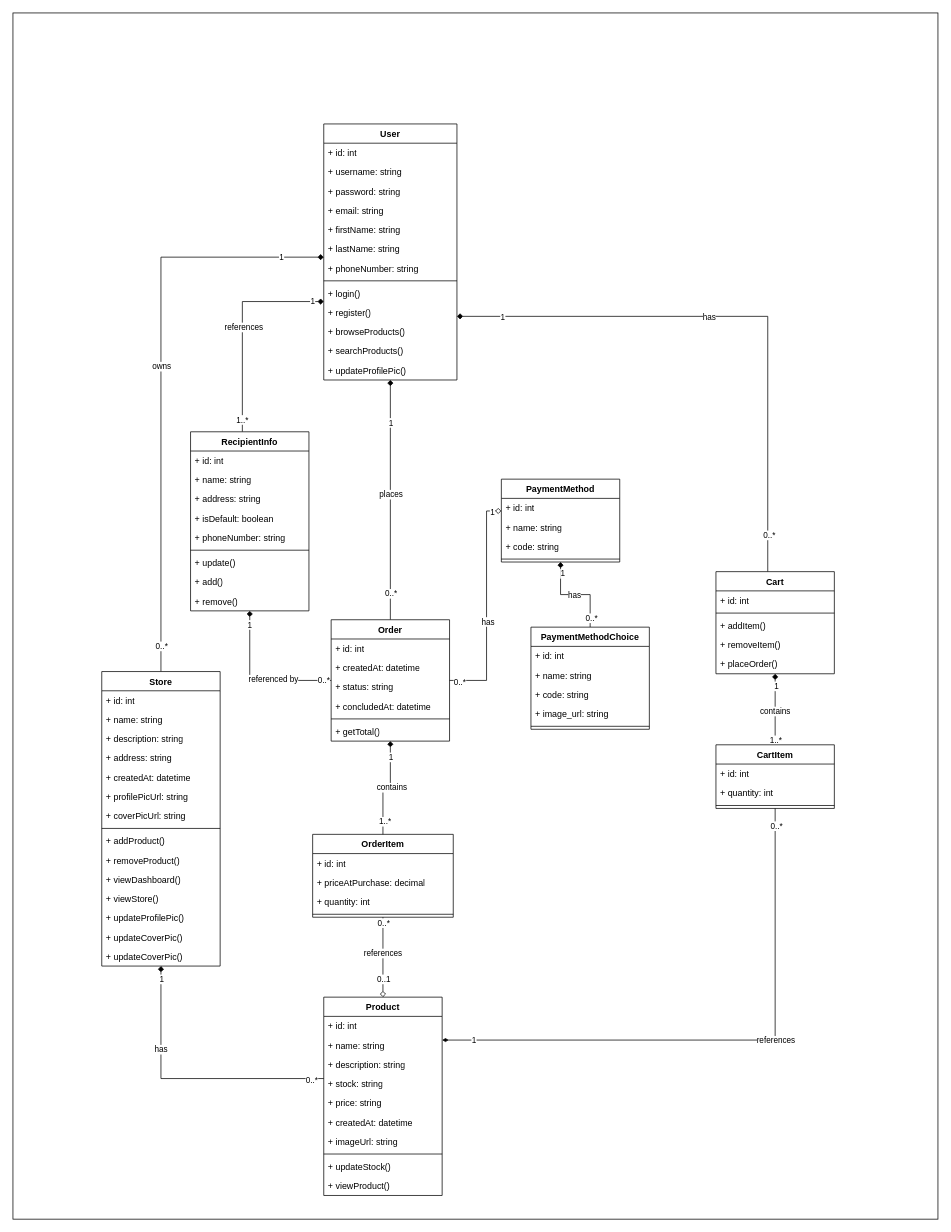
This is page "Class Diagram (General INC)" (2 of 4) of E-Commerce API Use-case diagram.drawio from RHILIUS/drawio, a draw.io file, before an edit. Source tidied: cells renumbered, new cells numbered last; positions are measured from the earlier drawing's top-left corner, leaving out a move shared by most shapes. Both pictures are drawn from the tidied source at 74%, with x=0, y=0 at pixel (13, 13).
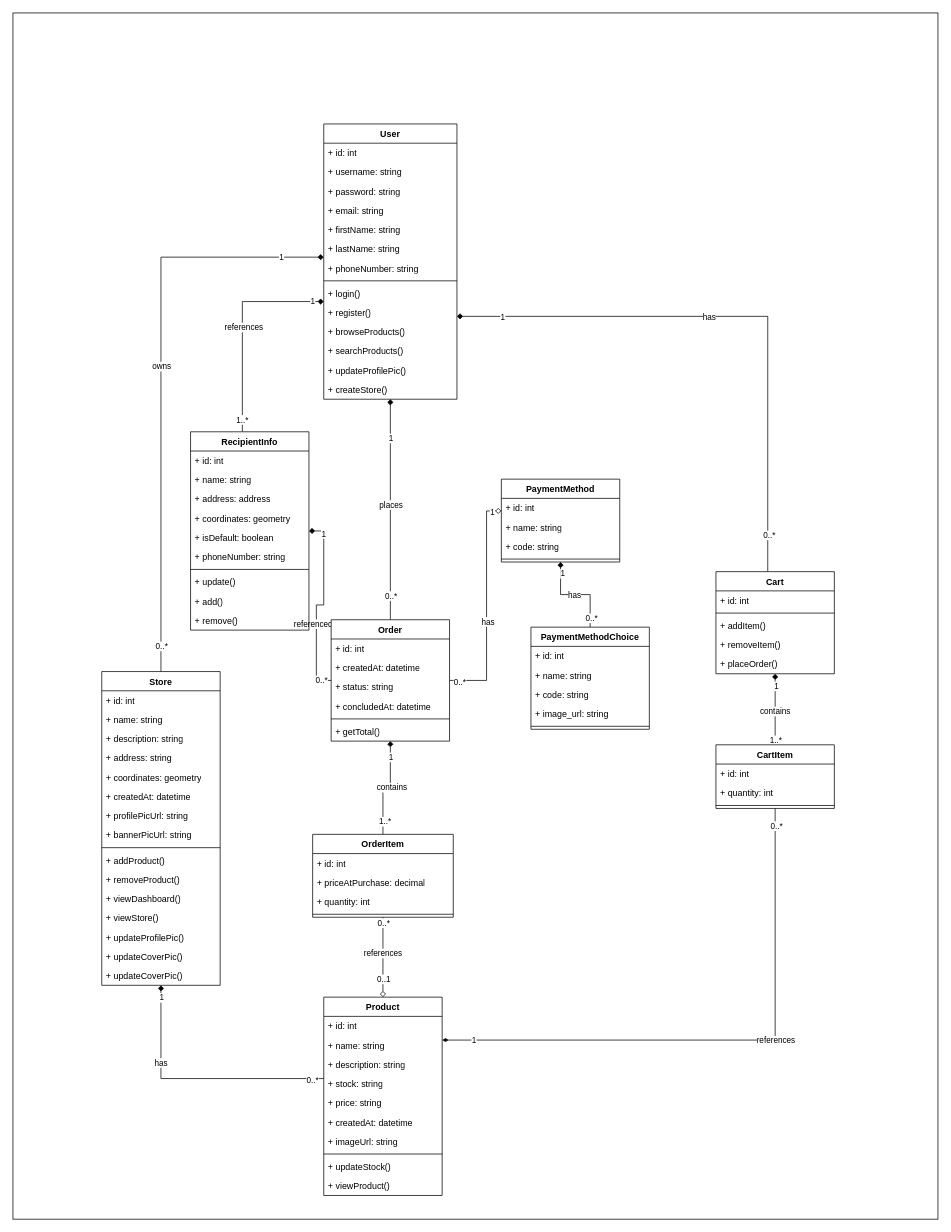
The same page after the edit.

Commit message (it also covers changes not shown here):
feat: rename coverPicURL field to bannerPicURL

Diff of the diagram source:
```diff
@@
     <mxCell id="3" value="User" style="swimlane;fontStyle=1;align=center;verticalAlign=top;horizontal=1;startSize=26;whiteSpace=wrap;html=1;" parent="1" vertex="1">
-      <mxGeometry x="420" y="150" width="180" height="346" as="geometry" />
+      <mxGeometry x="420" y="150" width="180" height="372" as="geometry" />
     </mxCell>
@@
+    <mxCell id="135" value="+ createStore()" style="text;strokeColor=none;fillColor=none;align=left;verticalAlign=top;spacingLeft=4;spacingRight=4;overflow=hidden;whiteSpace=wrap;html=1;" parent="3" vertex="1">
+      <mxGeometry y="346" width="180" height="26" as="geometry" />
+    </mxCell>
@@
     <mxCell id="90" value="Store" style="swimlane;fontStyle=1;align=center;verticalAlign=top;horizontal=1;startSize=26;whiteSpace=wrap;html=1;" parent="1" vertex="1">
-      <mxGeometry x="120" y="890" width="160" height="398" as="geometry" />
+      <mxGeometry x="120" y="890" width="160" height="424" as="geometry" />
     </mxCell>
@@
+    <mxCell id="136" value="+ coordinates: geometry" style="text;strokeColor=none;fillColor=none;align=left;verticalAlign=top;spacingLeft=4;spacingRight=4;overflow=hidden;whiteSpace=wrap;html=1;" parent="90" vertex="1">
+      <mxGeometry y="130" width="160" height="26" as="geometry" />
+    </mxCell>
     <mxCell id="95" value="+ createdAt: datetime" style="text;strokeColor=none;fillColor=none;align=left;verticalAlign=top;spacingLeft=4;spacingRight=4;overflow=hidden;whiteSpace=wrap;html=1;" parent="90" vertex="1">
-      <mxGeometry y="130" width="160" height="26" as="geometry" />
+      <mxGeometry y="156" width="160" height="26" as="geometry" />
     </mxCell>
     <mxCell id="96" value="+ profilePicUrl: string" style="text;strokeColor=none;fillColor=none;align=left;verticalAlign=top;spacingLeft=4;spacingRight=4;overflow=hidden;whiteSpace=wrap;html=1;" parent="90" vertex="1">
-      <mxGeometry y="156" width="160" height="26" as="geometry" />
+      <mxGeometry y="182" width="160" height="26" as="geometry" />
     </mxCell>
-    <mxCell id="97" value="+ coverPicUrl: string" style="text;strokeColor=none;fillColor=none;align=left;verticalAlign=top;spacingLeft=4;spacingRight=4;overflow=hidden;whiteSpace=wrap;html=1;" parent="90" vertex="1">
-      <mxGeometry y="182" width="160" height="26" as="geometry" />
+    <mxCell id="97" value="+ bannerPicUrl: string" style="text;strokeColor=none;fillColor=none;align=left;verticalAlign=top;spacingLeft=4;spacingRight=4;overflow=hidden;whiteSpace=wrap;html=1;" parent="90" vertex="1">
+      <mxGeometry y="208" width="160" height="26" as="geometry" />
     </mxCell>
     <mxCell id="98" style="line;strokeWidth=1;fillColor=none;align=left;verticalAlign=middle;spacingTop=-1;spacingLeft=3;spacingRight=3;labelPosition=right;strokeColor=inherit;" parent="90" vertex="1">
-      <mxGeometry y="208" width="160" height="8" as="geometry" />
+      <mxGeometry y="234" width="160" height="8" as="geometry" />
     </mxCell>
     <mxCell id="99" value="+ addProduct()" style="text;strokeColor=none;fillColor=none;align=left;verticalAlign=top;spacingLeft=4;spacingRight=4;overflow=hidden;whiteSpace=wrap;html=1;" parent="90" vertex="1">
-      <mxGeometry y="216" width="160" height="26" as="geometry" />
+      <mxGeometry y="242" width="160" height="26" as="geometry" />
     </mxCell>
     <mxCell id="100" value="+ removeProduct()" style="text;strokeColor=none;fillColor=none;align=left;verticalAlign=top;spacingLeft=4;spacingRight=4;overflow=hidden;whiteSpace=wrap;html=1;" parent="90" vertex="1">
-      <mxGeometry y="242" width="160" height="26" as="geometry" />
+      <mxGeometry y="268" width="160" height="26" as="geometry" />
     </mxCell>
     <mxCell id="101" value="+ viewDashboard()" style="text;strokeColor=none;fillColor=none;align=left;verticalAlign=top;spacingLeft=4;spacingRight=4;overflow=hidden;whiteSpace=wrap;html=1;" parent="90" vertex="1">
-      <mxGeometry y="268" width="160" height="26" as="geometry" />
+      <mxGeometry y="294" width="160" height="26" as="geometry" />
     </mxCell>
     <mxCell id="102" value="+ viewStore()" style="text;strokeColor=none;fillColor=none;align=left;verticalAlign=top;spacingLeft=4;spacingRight=4;overflow=hidden;whiteSpace=wrap;html=1;" parent="90" vertex="1">
-      <mxGeometry y="294" width="160" height="26" as="geometry" />
+      <mxGeometry y="320" width="160" height="26" as="geometry" />
     </mxCell>
     <mxCell id="103" value="+ updateProfilePic()" style="text;strokeColor=none;fillColor=none;align=left;verticalAlign=top;spacingLeft=4;spacingRight=4;overflow=hidden;whiteSpace=wrap;html=1;" parent="90" vertex="1">
-      <mxGeometry y="320" width="160" height="26" as="geometry" />
+      <mxGeometry y="346" width="160" height="26" as="geometry" />
     </mxCell>
     <mxCell id="104" value="+ updateCoverPic()" style="text;strokeColor=none;fillColor=none;align=left;verticalAlign=top;spacingLeft=4;spacingRight=4;overflow=hidden;whiteSpace=wrap;html=1;" parent="90" vertex="1">
-      <mxGeometry y="346" width="160" height="26" as="geometry" />
+      <mxGeometry y="372" width="160" height="26" as="geometry" />
     </mxCell>
     <mxCell id="105" value="+ updateCoverPic()" style="text;strokeColor=none;fillColor=none;align=left;verticalAlign=top;spacingLeft=4;spacingRight=4;overflow=hidden;whiteSpace=wrap;html=1;" parent="90" vertex="1">
-      <mxGeometry y="372" width="160" height="26" as="geometry" />
+      <mxGeometry y="398" width="160" height="26" as="geometry" />
     </mxCell>
@@
     <mxCell id="110" value="RecipientInfo" style="swimlane;fontStyle=1;align=center;verticalAlign=top;horizontal=1;startSize=26;whiteSpace=wrap;html=1;" parent="1" vertex="1">
-      <mxGeometry x="240" y="566" width="160" height="242" as="geometry" />
+      <mxGeometry x="240" y="566" width="160" height="268" as="geometry" />
     </mxCell>
@@
-    <mxCell id="113" value="+ address: string" style="text;strokeColor=none;fillColor=none;align=left;verticalAlign=top;spacingLeft=4;spacingRight=4;overflow=hidden;whiteSpace=wrap;html=1;" parent="110" vertex="1">
+    <mxCell id="113" value="+ address: address" style="text;strokeColor=none;fillColor=none;align=left;verticalAlign=top;spacingLeft=4;spacingRight=4;overflow=hidden;whiteSpace=wrap;html=1;" parent="110" vertex="1">
       <mxGeometry y="78" width="160" height="26" as="geometry" />
     </mxCell>
+    <mxCell id="137" value="+ coordinates: geometry" style="text;strokeColor=none;fillColor=none;align=left;verticalAlign=top;spacingLeft=4;spacingRight=4;overflow=hidden;whiteSpace=wrap;html=1;" parent="110" vertex="1">
+      <mxGeometry y="104" width="160" height="26" as="geometry" />
+    </mxCell>
     <mxCell id="114" value="+ isDefault: boolean" style="text;strokeColor=none;fillColor=none;align=left;verticalAlign=top;spacingLeft=4;spacingRight=4;overflow=hidden;whiteSpace=wrap;html=1;" parent="110" vertex="1">
-      <mxGeometry y="104" width="160" height="26" as="geometry" />
+      <mxGeometry y="130" width="160" height="26" as="geometry" />
     </mxCell>
     <mxCell id="115" value="+ phoneNumber: string" style="text;strokeColor=none;fillColor=none;align=left;verticalAlign=top;spacingLeft=4;spacingRight=4;overflow=hidden;whiteSpace=wrap;html=1;" parent="110" vertex="1">
-      <mxGeometry y="130" width="160" height="26" as="geometry" />
+      <mxGeometry y="156" width="160" height="26" as="geometry" />
     </mxCell>
     <mxCell id="116" style="line;strokeWidth=1;fillColor=none;align=left;verticalAlign=middle;spacingTop=-1;spacingLeft=3;spacingRight=3;labelPosition=right;strokeColor=inherit;" parent="110" vertex="1">
-      <mxGeometry y="156" width="160" height="8" as="geometry" />
+      <mxGeometry y="182" width="160" height="8" as="geometry" />
     </mxCell>
     <mxCell id="117" value="+ update()" style="text;strokeColor=none;fillColor=none;align=left;verticalAlign=top;spacingLeft=4;spacingRight=4;overflow=hidden;whiteSpace=wrap;html=1;" parent="110" vertex="1">
-      <mxGeometry y="164" width="160" height="26" as="geometry" />
+      <mxGeometry y="190" width="160" height="26" as="geometry" />
     </mxCell>
     <mxCell id="118" value="+ add()" style="text;strokeColor=none;fillColor=none;align=left;verticalAlign=top;spacingLeft=4;spacingRight=4;overflow=hidden;whiteSpace=wrap;html=1;" parent="110" vertex="1">
-      <mxGeometry y="190" width="160" height="26" as="geometry" />
+      <mxGeometry y="216" width="160" height="26" as="geometry" />
     </mxCell>
     <mxCell id="119" value="+ remove()" style="text;strokeColor=none;fillColor=none;align=left;verticalAlign=top;spacingLeft=4;spacingRight=4;overflow=hidden;whiteSpace=wrap;html=1;" parent="110" vertex="1">
-      <mxGeometry y="216" width="160" height="26" as="geometry" />
+      <mxGeometry y="242" width="160" height="26" as="geometry" />
     </mxCell>
```
